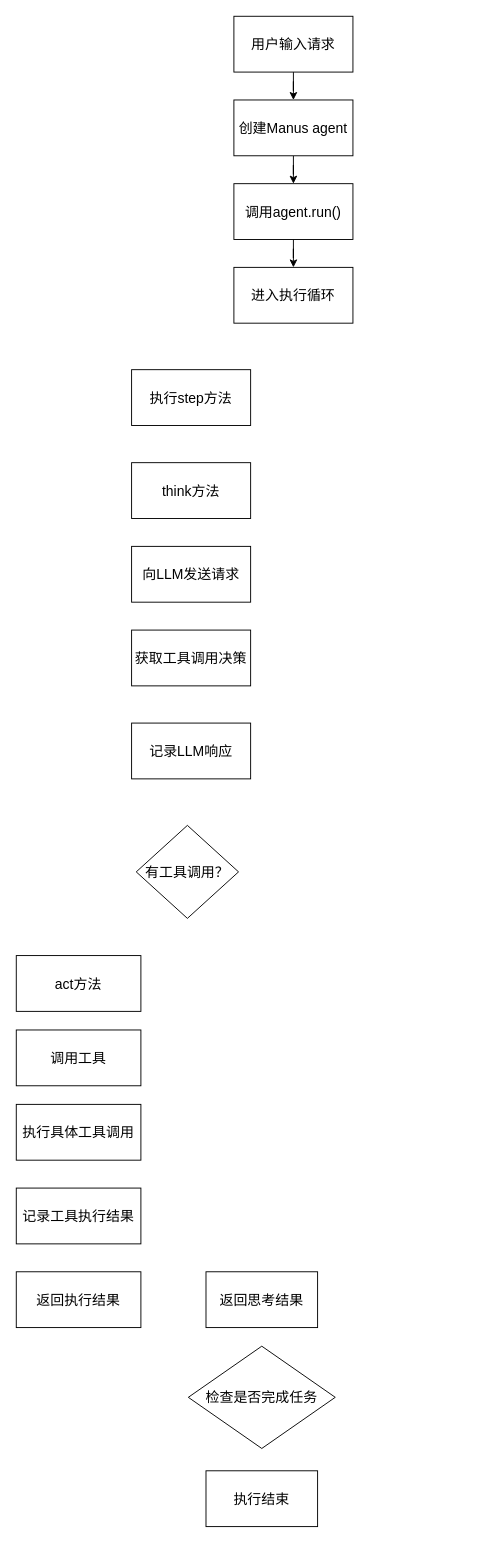
Above: OpenManus.drawio in SongyuanC/supermall (draw.io), before the change. Source tidied: cells renumbered, new cells numbered last; positions are measured from the earlier drawing's top-left corner, leaving out a move shared by most shapes. Both pictures are drawn from the tidied source at 93%, with x=0, y=0 at pixel (16, 16).
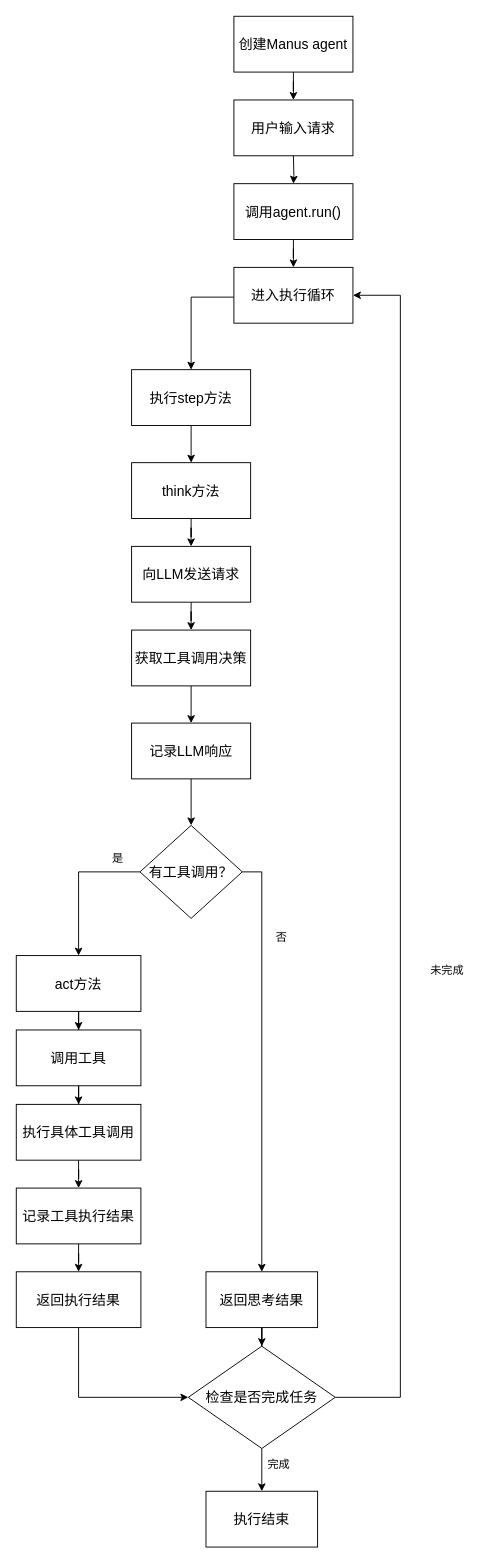
Above is the later version.

The change refers to these unchanged cells:
```xml
<mxCell id="7" value="调用agent.run()" style="rounded=0;whiteSpace=wrap;html=1;fontSize=15;" parent="1" vertex="1">
  <mxGeometry x="234" y="180" width="128" height="60" as="geometry" />
</mxCell>
<mxCell id="8" value="进入执行循环" style="rounded=0;whiteSpace=wrap;html=1;fontSize=15;" parent="1" vertex="1">
  <mxGeometry x="234" y="270" width="128" height="60" as="geometry" />
</mxCell>
<mxCell id="9" value="执行step方法" style="rounded=0;whiteSpace=wrap;html=1;fontSize=15;" parent="1" vertex="1">
  <mxGeometry x="124" y="380" width="128" height="60" as="geometry" />
</mxCell>
<mxCell id="10" value="think方法" style="rounded=0;whiteSpace=wrap;html=1;fontSize=15;" parent="1" vertex="1">
  <mxGeometry x="124" y="480" width="128" height="60" as="geometry" />
</mxCell>
<mxCell id="11" value="向LLM发送请求" style="rounded=0;whiteSpace=wrap;html=1;fontSize=15;" parent="1" vertex="1">
  <mxGeometry x="124" y="570" width="128" height="60" as="geometry" />
</mxCell>
<mxCell id="12" value="获取工具调用决策" style="rounded=0;whiteSpace=wrap;html=1;fontSize=15;" parent="1" vertex="1">
  <mxGeometry x="124" y="660" width="128" height="60" as="geometry" />
</mxCell>
<mxCell id="13" value="记录LLM响应" style="rounded=0;whiteSpace=wrap;html=1;fontSize=15;" parent="1" vertex="1">
  <mxGeometry x="124" y="760" width="128" height="60" as="geometry" />
</mxCell>
<mxCell id="15" value="act方法" style="rounded=0;whiteSpace=wrap;html=1;fontSize=15;" parent="1" vertex="1">
  <mxGeometry y="1010" width="134" height="60" as="geometry" />
</mxCell>
<mxCell id="16" value="调用工具" style="rounded=0;whiteSpace=wrap;html=1;fontSize=15;" parent="1" vertex="1">
  <mxGeometry y="1090" width="134" height="60" as="geometry" />
</mxCell>
<mxCell id="17" value="执行具体工具调用" style="rounded=0;whiteSpace=wrap;html=1;fontSize=15;" parent="1" vertex="1">
  <mxGeometry y="1170" width="134" height="60" as="geometry" />
</mxCell>
<mxCell id="18" value="记录工具执行结果" style="rounded=0;whiteSpace=wrap;html=1;fontSize=15;" parent="1" vertex="1">
  <mxGeometry y="1260" width="134" height="60" as="geometry" />
</mxCell>
<mxCell id="19" value="返回执行结果" style="rounded=0;whiteSpace=wrap;html=1;fontSize=15;" parent="1" vertex="1">
  <mxGeometry y="1350" width="134" height="60" as="geometry" />
</mxCell>
<mxCell id="20" value="返回思考结果" style="rounded=0;whiteSpace=wrap;html=1;fontSize=15;" parent="1" vertex="1">
  <mxGeometry x="204" y="1350" width="120" height="60" as="geometry" />
</mxCell>
<mxCell id="21" value="检查是否完成任务" style="rhombus;whiteSpace=wrap;html=1;fontSize=15;" parent="1" vertex="1">
  <mxGeometry x="185" y="1430" width="158" height="110" as="geometry" />
</mxCell>
```

What changed in the source:
```diff
@@
-    <mxCell id="2" style="edgeStyle=orthogonalEdgeStyle;rounded=0;jettySize=auto;html=1;" parent="1" edge="1" source="3" target="5">
-      <mxGeometry relative="1" as="geometry" />
-    </mxCell>
     <mxCell id="3" value="用户输入请求" style="rounded=0;whiteSpace=wrap;html=1;fontSize=15;" parent="1" vertex="1">
-      <mxGeometry x="234" width="128" height="60" as="geometry" />
+      <mxGeometry x="234" y="90" width="128" height="60" as="geometry" />
     </mxCell>
-    <mxCell id="4" style="edgeStyle=orthogonalEdgeStyle;rounded=0;jettySize=auto;html=1;" parent="1" edge="1" source="5" target="7">
-      <mxGeometry relative="1" as="geometry" />
+    <mxCell id="4" style="edgeStyle=orthogonalEdgeStyle;rounded=0;jettySize=auto;html=1;" parent="1" edge="1" target="7">
+      <mxGeometry relative="1" as="geometry">
+        <mxPoint x="298" y="150" as="sourcePoint" />
+      </mxGeometry>
     </mxCell>
-    <mxCell id="5" value="创建Manus agent" style="rounded=0;whiteSpace=wrap;html=1;fontSize=15;" parent="1" vertex="1">
-      <mxGeometry x="234" y="90" width="128" height="60" as="geometry" />
-    </mxCell>
@@
+    <mxCell id="23" style="edgeStyle=orthogonalEdgeStyle;rounded=0;jettySize=auto;html=1;" parent="1" edge="1" source="8" target="9">
+      <mxGeometry relative="1" as="geometry">
+        <Array as="points">
+          <mxPoint x="188" y="302" />
+        </Array>
+      </mxGeometry>
+    </mxCell>
@@
+    <mxCell id="24" style="edgeStyle=orthogonalEdgeStyle;rounded=0;jettySize=auto;html=1;" parent="1" edge="1" source="9" target="10">
+      <mxGeometry relative="1" as="geometry" />
+    </mxCell>
@@
+    <mxCell id="25" style="edgeStyle=orthogonalEdgeStyle;rounded=0;jettySize=auto;html=1;" parent="1" edge="1" source="10" target="11">
+      <mxGeometry relative="1" as="geometry" />
+    </mxCell>
@@
+    <mxCell id="26" style="edgeStyle=orthogonalEdgeStyle;rounded=0;jettySize=auto;html=1;" parent="1" edge="1" source="11" target="12">
+      <mxGeometry relative="1" as="geometry" />
+    </mxCell>
@@
+    <mxCell id="27" style="edgeStyle=orthogonalEdgeStyle;rounded=0;jettySize=auto;html=1;" parent="1" edge="1" source="12" target="13">
+      <mxGeometry relative="1" as="geometry" />
+    </mxCell>
@@
+    <mxCell id="28" style="edgeStyle=orthogonalEdgeStyle;rounded=0;jettySize=auto;html=1;entryX=0.5;entryY=0;entryDx=0;entryDy=0;" parent="1" edge="1" source="13" target="14">
+      <mxGeometry relative="1" as="geometry" />
+    </mxCell>
@@
+    <mxCell id="29" style="edgeStyle=orthogonalEdgeStyle;rounded=0;jettySize=auto;html=1;" parent="1" edge="1" source="14" target="15">
+      <mxGeometry relative="1" as="geometry">
+        <Array as="points">
+          <mxPoint x="67" y="920" />
+        </Array>
+      </mxGeometry>
+    </mxCell>
     <mxCell id="14" value="有工具调用？" style="rhombus;whiteSpace=wrap;html=1;fontSize=15;" parent="1" vertex="1">
-      <mxGeometry x="129" y="870" width="110" height="100" as="geometry" />
+      <mxGeometry x="133" y="870" width="110" height="100" as="geometry" />
     </mxCell>
+    <mxCell id="30" style="edgeStyle=orthogonalEdgeStyle;rounded=0;jettySize=auto;html=1;" parent="1" edge="1" source="15" target="16">
+      <mxGeometry relative="1" as="geometry" />
+    </mxCell>
@@
+    <mxCell id="31" style="edgeStyle=orthogonalEdgeStyle;rounded=0;jettySize=auto;html=1;" parent="1" edge="1" source="16" target="17">
+      <mxGeometry relative="1" as="geometry" />
+    </mxCell>
@@
+    <mxCell id="32" style="edgeStyle=orthogonalEdgeStyle;rounded=0;jettySize=auto;html=1;" parent="1" edge="1" source="17" target="18">
+      <mxGeometry relative="1" as="geometry" />
+    </mxCell>
@@
+    <mxCell id="33" style="edgeStyle=orthogonalEdgeStyle;rounded=0;jettySize=auto;html=1;" parent="1" edge="1" source="18" target="19">
+      <mxGeometry relative="1" as="geometry" />
+    </mxCell>
@@
+    <mxCell id="34" style="edgeStyle=orthogonalEdgeStyle;rounded=0;jettySize=auto;html=1;entryX=0;entryY=0.5;entryDx=0;entryDy=0;" parent="1" edge="1" source="19" target="21">
+      <mxGeometry relative="1" as="geometry">
+        <Array as="points">
+          <mxPoint x="67" y="1485" />
+        </Array>
+      </mxGeometry>
+    </mxCell>
@@
+    <mxCell id="35" style="edgeStyle=orthogonalEdgeStyle;rounded=0;jettySize=auto;html=1;" parent="1" edge="1" source="20" target="21">
+      <mxGeometry relative="1" as="geometry" />
+    </mxCell>
@@
+    <mxCell id="36" style="edgeStyle=orthogonalEdgeStyle;rounded=0;jettySize=auto;html=1;" parent="1" edge="1" source="21" target="22">
+      <mxGeometry relative="1" as="geometry" />
+    </mxCell>
+    <mxCell id="37" style="edgeStyle=orthogonalEdgeStyle;rounded=0;jettySize=auto;html=1;entryX=1;entryY=0.5;entryDx=0;entryDy=0;" parent="1" edge="1" source="21" target="8">
+      <mxGeometry relative="1" as="geometry">
+        <Array as="points">
+          <mxPoint x="413" y="1485" />
+          <mxPoint x="413" y="300" />
+        </Array>
+      </mxGeometry>
+    </mxCell>
@@
     <mxCell id="22" value="执行结束" style="rounded=0;whiteSpace=wrap;html=1;fontSize=15;" parent="1" vertex="1">
-      <mxGeometry x="204" y="1564" width="120" height="60" as="geometry" />
+      <mxGeometry x="204" y="1586" width="120" height="60" as="geometry" />
     </mxCell>
+    <mxCell id="38" style="edgeStyle=orthogonalEdgeStyle;rounded=0;jettySize=auto;html=1;" parent="1" edge="1" source="5" target="3">
+      <mxGeometry relative="1" as="geometry" />
+    </mxCell>
+    <mxCell id="5" value="创建Manus agent" style="rounded=0;whiteSpace=wrap;html=1;fontSize=15;" parent="1" vertex="1">
+      <mxGeometry x="234" width="128" height="60" as="geometry" />
+    </mxCell>
+    <mxCell id="39" value="是" style="text;html=1;align=center;verticalAlign=middle;strokeColor=none;fillColor=none;" parent="1" vertex="1">
+      <mxGeometry x="94" y="893" width="30" height="26" as="geometry" />
+    </mxCell>
+    <mxCell id="40" value="否" style="text;html=1;align=center;verticalAlign=middle;strokeColor=none;fillColor=none;" parent="1" vertex="1">
+      <mxGeometry x="270" y="978" width="30" height="26" as="geometry" />
+    </mxCell>
+    <mxCell id="41" style="edgeStyle=orthogonalEdgeStyle;rounded=0;jettySize=auto;html=1;entryX=0.5;entryY=0;entryDx=0;entryDy=0;" parent="1" edge="1" source="14" target="20">
+      <mxGeometry relative="1" as="geometry">
+        <Array as="points">
+          <mxPoint x="264" y="920" />
+        </Array>
+      </mxGeometry>
+    </mxCell>
+    <mxCell id="42" value="未完成" style="text;html=1;align=center;verticalAlign=middle;strokeColor=none;fillColor=none;" parent="1" vertex="1">
+      <mxGeometry x="436" y="1013" width="54" height="26" as="geometry" />
+    </mxCell>
+    <mxCell id="43" value="完成" style="text;html=1;align=center;verticalAlign=middle;strokeColor=none;fillColor=none;" parent="1" vertex="1">
+      <mxGeometry x="261" y="1545" width="42" height="26" as="geometry" />
+    </mxCell>
```
